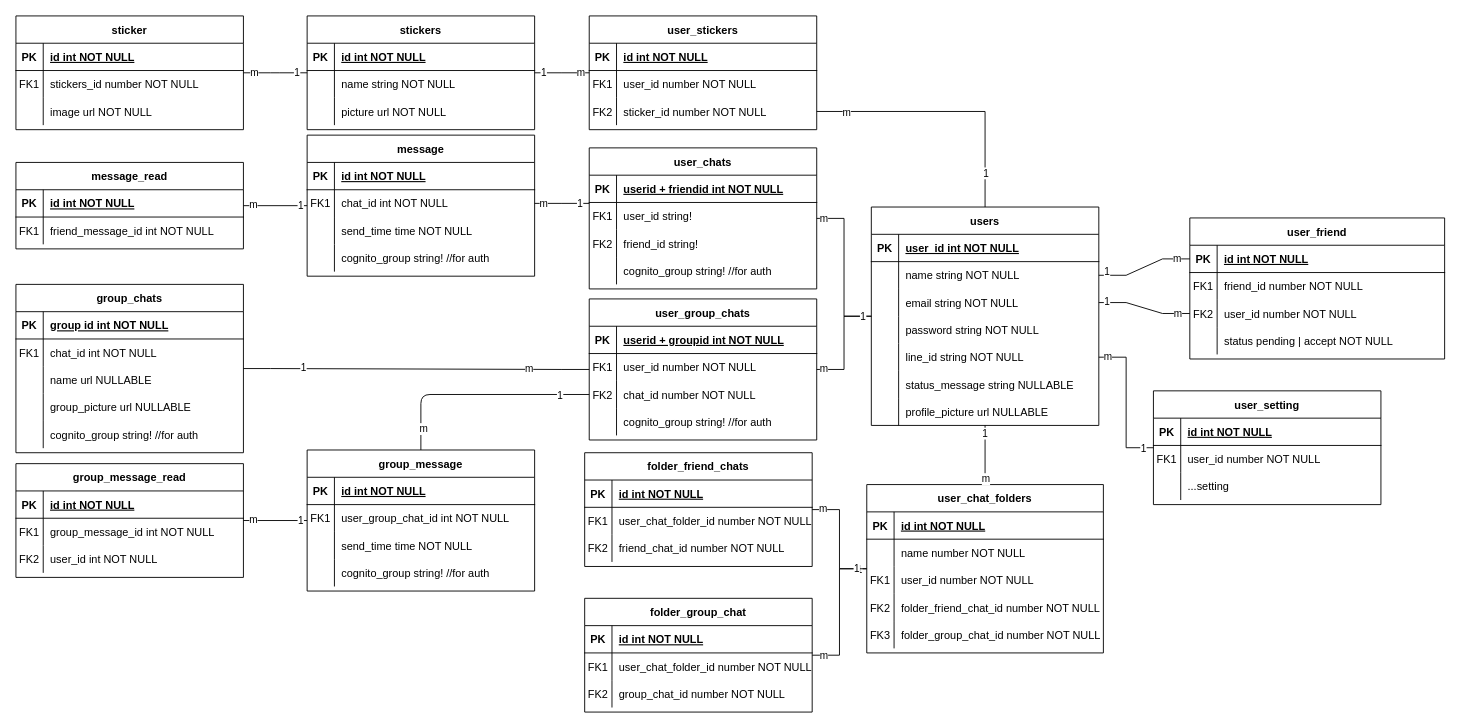
This is diagram/ER_diagram.drawio from MeowKyWay/LINE-Clone, a draw.io file, before an edit. Source tidied: cells renumbered, new cells numbered last; positions are measured from the earlier drawing's top-left corner, leaving out a move shared by most shapes. Both pictures are drawn from the tidied source at 91%, with x=0, y=0 at pixel (15, 15).
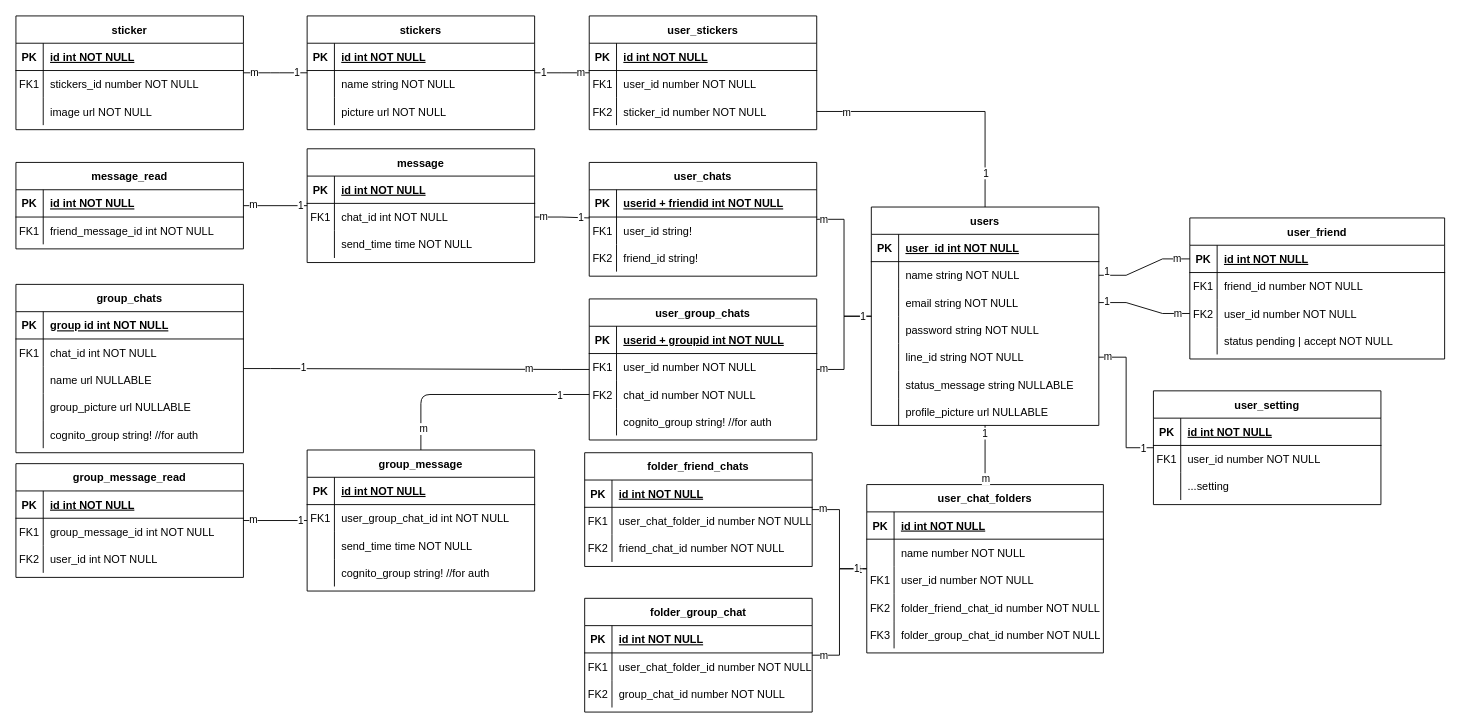
Above is the later version.

Diff of the diagram source:
```diff
@@
     <mxCell id="2" value="message" style="shape=table;startSize=30;childLayout=tableLayout;rowLines=0;fontStyle=1;align=center;" parent="1" vertex="1">
-      <mxGeometry x="320" y="131" width="250" height="155" as="geometry" />
+      <mxGeometry x="320" y="146" width="250" height="125" as="geometry" />
     </mxCell>
@@
-    <mxCell id="12" style="shape=partialRectangle;fillColor=none;top=0;left=0;right=0;bottom=0;" parent="2" vertex="1">
-      <mxGeometry y="120" width="250" height="30" as="geometry" />
-    </mxCell>
-    <mxCell id="13" style="shape=partialRectangle;overflow=hidden;fillColor=none;top=0;left=0;bottom=0;right=0;" parent="12" vertex="1">
-      <mxGeometry width="30" height="30" as="geometry" />
-    </mxCell>
-    <mxCell id="14" value="cognito_group string! //for auth" style="shape=partialRectangle;overflow=hidden;fillColor=none;top=0;left=0;bottom=0;right=0;align=left;spacingLeft=6;" parent="12" vertex="1">
-      <mxGeometry x="30" width="220" height="30" as="geometry" />
-    </mxCell>
@@
     <mxCell id="37" value="user_chats" style="shape=table;startSize=30;childLayout=tableLayout;rowLines=0;fontStyle=1;align=center;" parent="1" vertex="1">
-      <mxGeometry x="630" y="145" width="250" height="155" as="geometry" />
+      <mxGeometry x="630" y="161" width="250" height="125" as="geometry" />
     </mxCell>
@@
-    <mxCell id="47" style="shape=partialRectangle;fillColor=none;top=0;left=0;right=0;bottom=0;" parent="37" vertex="1">
-      <mxGeometry y="120" width="250" height="30" as="geometry" />
-    </mxCell>
-    <mxCell id="48" style="shape=partialRectangle;overflow=hidden;fillColor=none;top=0;left=0;bottom=0;right=0;" parent="47" vertex="1">
-      <mxGeometry width="30" height="30" as="geometry" />
-    </mxCell>
-    <mxCell id="49" value="cognito_group string! //for auth" style="shape=partialRectangle;overflow=hidden;fillColor=none;top=0;left=0;bottom=0;right=0;align=left;spacingLeft=6;" parent="47" vertex="1">
-      <mxGeometry x="30" width="220" height="30" as="geometry" />
-    </mxCell>
```
